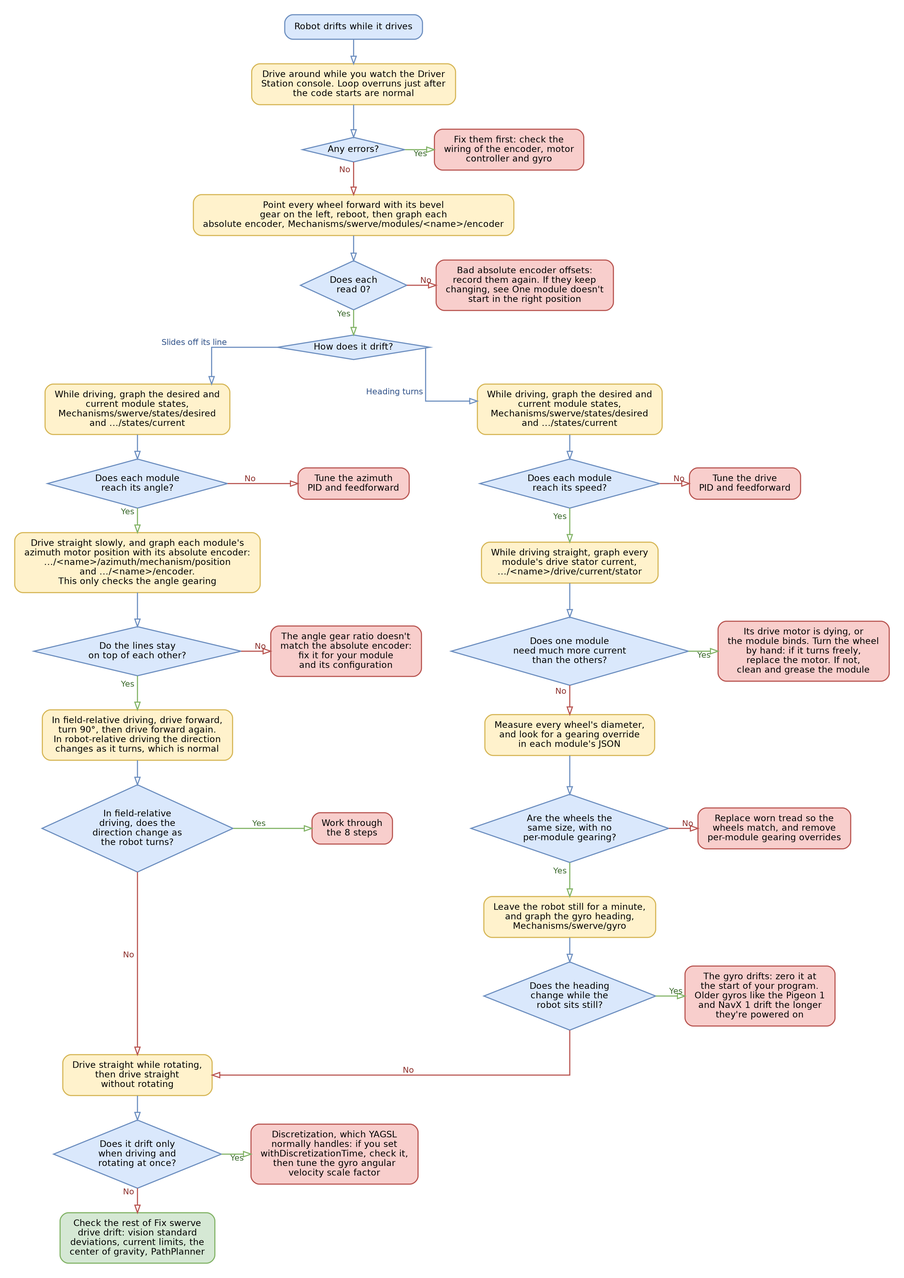
This is .gitbook/assets/yagsl-flowchart-drift.png from Yet-Another-Software-Suite/YAGSL-gitbook, a Graphviz export, as it was before one commit. Its source is kept beside it as .gitbook/assets/yagsl-flowchart-drift.dot.
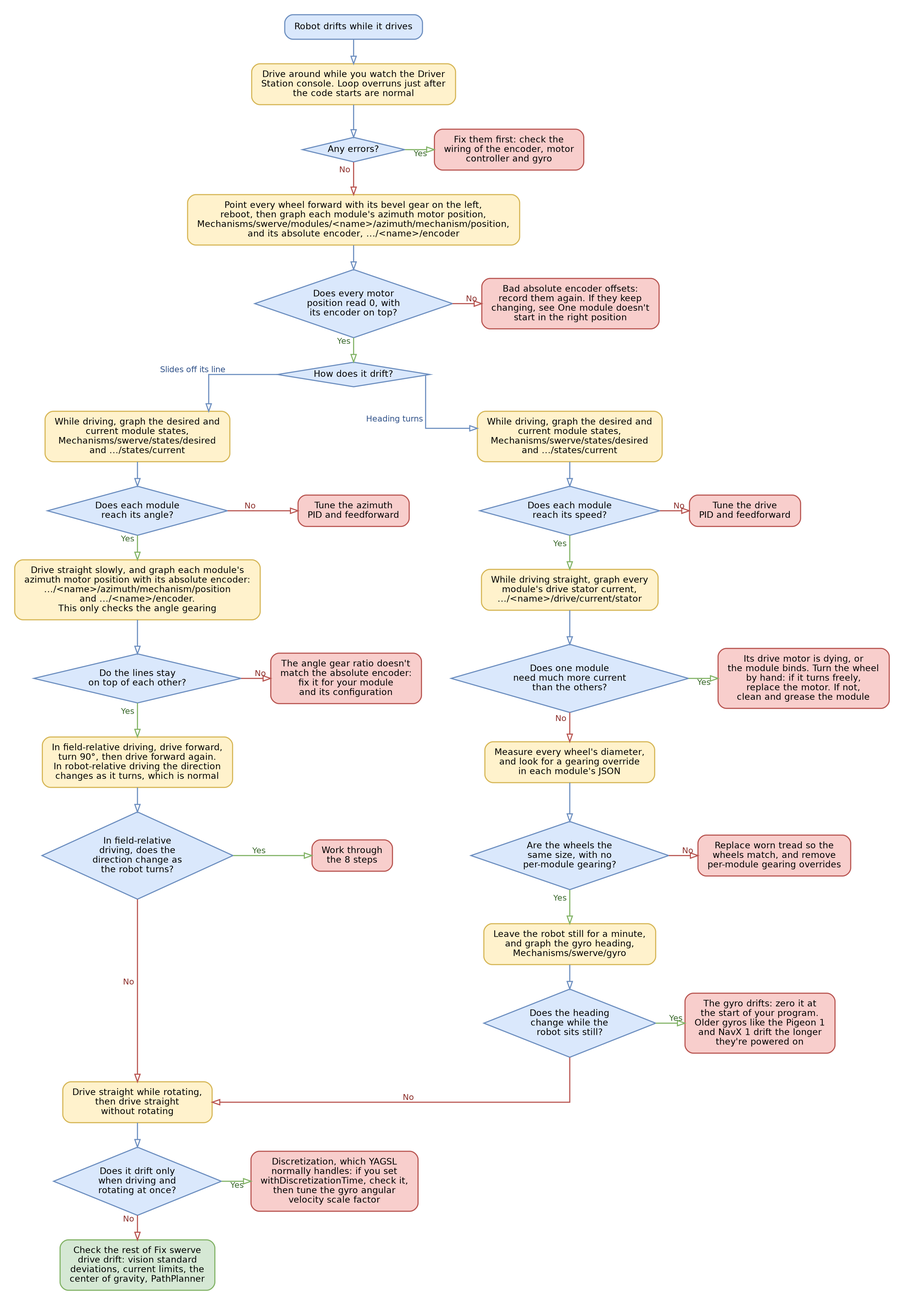
Later version of the same file.

Commit message:
Offset checks: graph the azimuth motor position with the absolute encoder; both read 0 after alignment

Diff of the diagram source:
```diff
@@ -11,8 +11,8 @@
   s -> ah1 [color="#6c8ebf", weight=10];
   ah1 -> aq1 [color="#6c8ebf", weight=10];
   aq1 -> af1 [xlabel=" Yes ", color="#82b366", fontcolor="#3d6b2f"];
-  ah2 [label="Point every wheel forward with its bevel\ngear on the left, reboot, then graph each\nabsolute encoder, Mechanisms/swerve/modules/<name>/encoder", shape=box, style="rounded,filled", fillcolor="#fff2cc", color="#d6b656"];
-  aq2 [label="Does each\nread 0?", shape=diamond, style=filled, fillcolor="#dae8fc", color="#6c8ebf", margin="0.05,0.05"];
+  ah2 [label="Point every wheel forward with its bevel gear on the left,\nreboot, then graph each module's azimuth motor position,\nMechanisms/swerve/modules/<name>/azimuth/mechanism/position,\nand its absolute encoder, .../<name>/encoder", shape=box, style="rounded,filled", fillcolor="#fff2cc", color="#d6b656"];
+  aq2 [label="Does every motor\nposition read 0, with\nits encoder on top?", shape=diamond, style=filled, fillcolor="#dae8fc", color="#6c8ebf", margin="0.05,0.05"];
   af2 [label="Bad absolute encoder offsets:\nrecord them again. If they keep\nchanging, see One module doesn't\nstart in the right position", shape=box, style="rounded,filled", fillcolor="#f8cecc", color="#b85450"];
   {rank=same; aq2; af2;}
   aq1 -> ah2 [xlabel=" No ", color="#b85450", fontcolor="#8c2f2b", weight=10];
```
